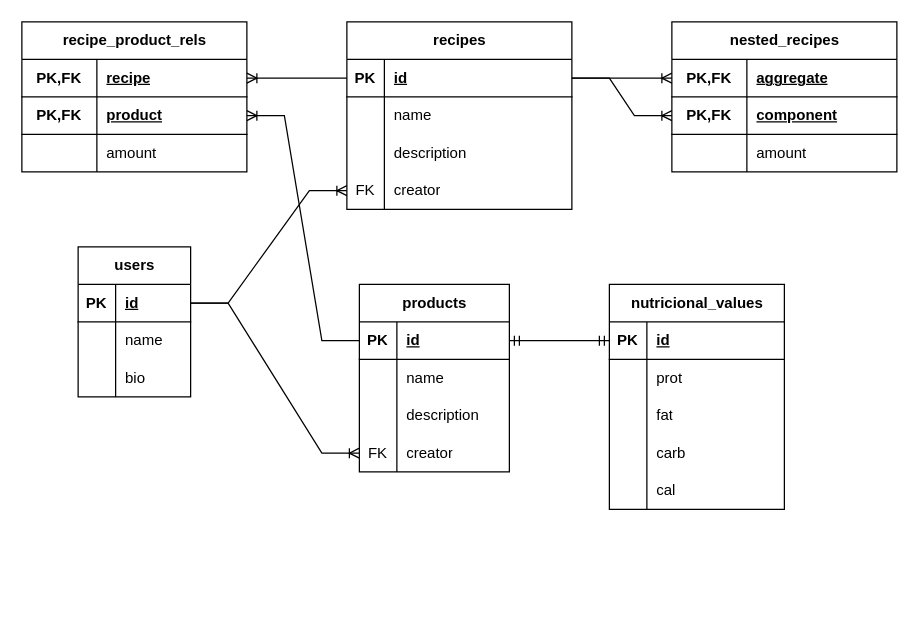
Above: charts/foody-db-chart.drawio in Alexcoratt/foody (draw.io), before the change. Source tidied: cells renumbered, new cells numbered last; positions are measured from the earlier drawing's top-left corner, leaving out a move shared by most shapes. Both pictures are drawn from the tidied source at 125%, with x=0, y=0 at pixel (21, 21).
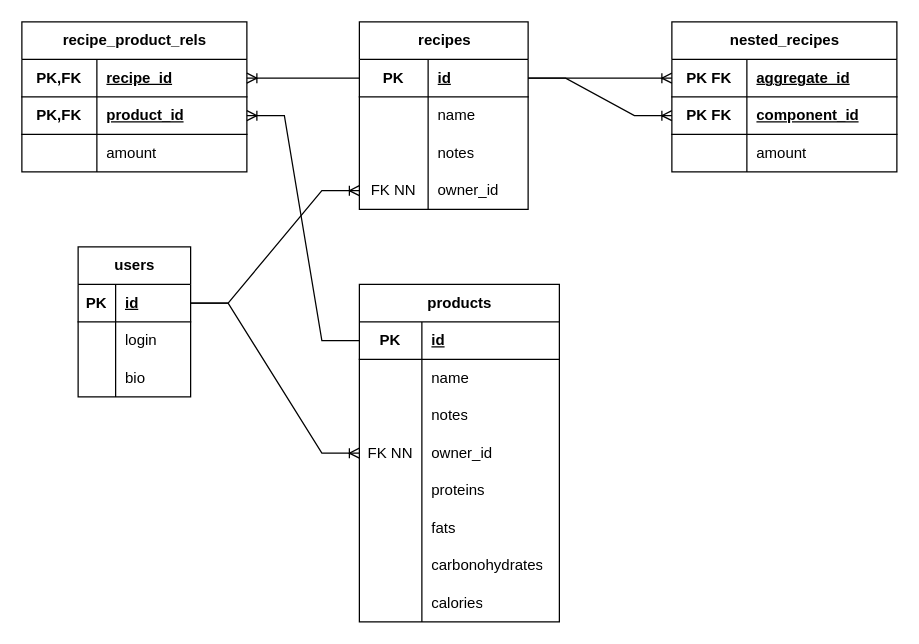
Above is the later version.

Unchanged cells that the change refers to:
```xml
<mxCell id="36" style="shape=tableRow;horizontal=0;startSize=0;swimlaneHead=0;swimlaneBody=0;fillColor=none;top=0;left=0;right=0;bottom=0;" parent="32" vertex="1">
  <mxGeometry y="60" width="90" height="30" as="geometry" />
</mxCell>
<mxCell id="57" style="shape=tableRow;horizontal=0;startSize=0;swimlaneHead=0;swimlaneBody=0;fillColor=none;points=[[0,0.5],[1,0.5]];portConstraint=eastwest;top=0;left=0;right=0;bottom=1;" parent="56" vertex="1">
  <mxGeometry y="30" width="180" height="30" as="geometry" />
</mxCell>
<mxCell id="60" style="shape=tableRow;horizontal=0;startSize=0;swimlaneHead=0;swimlaneBody=0;fillColor=none;points=[[0,0.5],[1,0.5]];portConstraint=eastwest;top=0;left=0;right=0;bottom=1;" parent="56" vertex="1">
  <mxGeometry y="60" width="180" height="30" as="geometry" />
</mxCell>
<mxCell id="69" style="shape=tableRow;horizontal=0;startSize=0;swimlaneHead=0;swimlaneBody=0;fillColor=none;points=[[0,0.5],[1,0.5]];portConstraint=eastwest;top=0;left=0;right=0;bottom=1;" parent="68" vertex="1">
  <mxGeometry y="30" width="180" height="30" as="geometry" />
</mxCell>
<mxCell id="72" style="shape=tableRow;horizontal=0;startSize=0;swimlaneHead=0;swimlaneBody=0;fillColor=none;points=[[0,0.5],[1,0.5]];portConstraint=eastwest;top=0;left=0;right=0;bottom=1;" parent="68" vertex="1">
  <mxGeometry y="60" width="180" height="30" as="geometry" />
</mxCell>
```

The edit, as a diff of the source:
```diff
@@
     <mxCell id="2" value="products" style="shape=table;startSize=30;childLayout=tableLayout;rowLines=0;fontStyle=1;align=center;html=1;" parent="1" vertex="1">
-      <mxGeometry x="270" y="210" width="120" height="150" as="geometry" />
+      <mxGeometry x="270" y="210" width="160" height="270" as="geometry" />
     </mxCell>
     <mxCell id="3" style="shape=tableRow;horizontal=0;startSize=0;swimlaneHead=0;swimlaneBody=0;fillColor=none;points=[[0,0.5],[1,0.5]];portConstraint=eastwest;top=0;left=0;right=0;bottom=1;" parent="2" vertex="1">
-      <mxGeometry y="30" width="120" height="30" as="geometry" />
+      <mxGeometry y="30" width="160" height="30" as="geometry" />
     </mxCell>
     <mxCell id="4" value="PK" style="shape=partialRectangle;fillColor=none;top=0;left=0;bottom=0;right=0;fontStyle=1;overflow=hidden;whiteSpace=wrap;html=1;" parent="3" vertex="1">
-      <mxGeometry width="30" height="30" as="geometry" />
+      <mxGeometry width="50" height="30" as="geometry" />
     </mxCell>
     <mxCell id="5" value="id" style="shape=partialRectangle;fillColor=none;top=0;left=0;bottom=0;right=0;align=left;spacingLeft=6;fontStyle=5;overflow=hidden;whiteSpace=wrap;html=1;" parent="3" vertex="1">
-      <mxGeometry x="30" width="90" height="30" as="geometry" />
+      <mxGeometry x="50" width="110" height="30" as="geometry" />
     </mxCell>
     <mxCell id="6" style="shape=tableRow;horizontal=0;startSize=0;swimlaneHead=0;swimlaneBody=0;fillColor=none;top=0;left=0;right=0;bottom=0;" parent="2" vertex="1">
-      <mxGeometry y="60" width="120" height="30" as="geometry" />
+      <mxGeometry y="60" width="160" height="30" as="geometry" />
     </mxCell>
     <mxCell id="7" style="shape=partialRectangle;fillColor=none;top=0;left=0;bottom=0;right=0;overflow=hidden;whiteSpace=wrap;html=1;" parent="6" vertex="1">
-      <mxGeometry width="30" height="30" as="geometry" />
+      <mxGeometry width="50" height="30" as="geometry" />
     </mxCell>
     <mxCell id="8" value="name" style="shape=partialRectangle;fillColor=none;top=0;left=0;bottom=0;right=0;align=left;spacingLeft=6;overflow=hidden;whiteSpace=wrap;html=1;" parent="6" vertex="1">
-      <mxGeometry x="30" width="90" height="30" as="geometry" />
+      <mxGeometry x="50" width="110" height="30" as="geometry" />
     </mxCell>
     <mxCell id="9" style="shape=tableRow;horizontal=0;startSize=0;swimlaneHead=0;swimlaneBody=0;fillColor=none;top=0;left=0;right=0;bottom=0;" parent="2" vertex="1">
-      <mxGeometry y="90" width="120" height="30" as="geometry" />
+      <mxGeometry y="90" width="160" height="30" as="geometry" />
     </mxCell>
     <mxCell id="10" style="shape=partialRectangle;fillColor=none;top=0;left=0;bottom=0;right=0;overflow=hidden;whiteSpace=wrap;html=1;" parent="9" vertex="1">
-      <mxGeometry width="30" height="30" as="geometry" />
+      <mxGeometry width="50" height="30" as="geometry" />
     </mxCell>
-    <mxCell id="11" value="description" style="shape=partialRectangle;fillColor=none;top=0;left=0;bottom=0;right=0;align=left;spacingLeft=6;overflow=hidden;whiteSpace=wrap;html=1;" parent="9" vertex="1">
-      <mxGeometry x="30" width="90" height="30" as="geometry" />
+    <mxCell id="11" value="notes" style="shape=partialRectangle;fillColor=none;top=0;left=0;bottom=0;right=0;align=left;spacingLeft=6;overflow=hidden;whiteSpace=wrap;html=1;" parent="9" vertex="1">
+      <mxGeometry x="50" width="110" height="30" as="geometry" />
     </mxCell>
     <mxCell id="12" style="shape=tableRow;horizontal=0;startSize=0;swimlaneHead=0;swimlaneBody=0;fillColor=none;points=[[0,0.5],[1,0.5]];portConstraint=eastwest;top=0;left=0;right=0;bottom=0;" parent="2" vertex="1">
-      <mxGeometry y="120" width="120" height="30" as="geometry" />
+      <mxGeometry y="120" width="160" height="30" as="geometry" />
     </mxCell>
-    <mxCell id="13" value="FK" style="shape=partialRectangle;fillColor=none;top=0;left=0;bottom=0;right=0;overflow=hidden;whiteSpace=wrap;html=1;" parent="12" vertex="1">
-      <mxGeometry width="30" height="30" as="geometry" />
+    <mxCell id="13" value="FK NN" style="shape=partialRectangle;fillColor=none;top=0;left=0;bottom=0;right=0;overflow=hidden;whiteSpace=wrap;html=1;" parent="12" vertex="1">
+      <mxGeometry width="50" height="30" as="geometry" />
     </mxCell>
-    <mxCell id="14" value="creator" style="shape=partialRectangle;fillColor=none;top=0;left=0;bottom=0;right=0;align=left;spacingLeft=6;overflow=hidden;whiteSpace=wrap;html=1;" parent="12" vertex="1">
-      <mxGeometry x="30" width="90" height="30" as="geometry" />
+    <mxCell id="14" value="owner_id" style="shape=partialRectangle;fillColor=none;top=0;left=0;bottom=0;right=0;align=left;spacingLeft=6;overflow=hidden;whiteSpace=wrap;html=1;" parent="12" vertex="1">
+      <mxGeometry x="50" width="110" height="30" as="geometry" />
     </mxCell>
-    <mxCell id="15" value="nutricional_values" style="shape=table;startSize=30;childLayout=tableLayout;rowLines=0;fontStyle=1;align=center;html=1;" parent="1" vertex="1">
-      <mxGeometry x="470" y="210" width="140" height="180" as="geometry" />
-    </mxCell>
-    <mxCell id="16" style="shape=tableRow;horizontal=0;startSize=0;swimlaneHead=0;swimlaneBody=0;fillColor=none;points=[[0,0.5],[1,0.5]];portConstraint=eastwest;top=0;left=0;right=0;bottom=1;" parent="15" vertex="1">
-      <mxGeometry y="30" width="140" height="30" as="geometry" />
-    </mxCell>
-    <mxCell id="17" value="PK" style="shape=partialRectangle;fillColor=none;top=0;left=0;bottom=0;right=0;fontStyle=1;overflow=hidden;whiteSpace=wrap;html=1;" parent="16" vertex="1">
-      <mxGeometry width="30" height="30" as="geometry" />
-    </mxCell>
-    <mxCell id="18" value="id" style="shape=partialRectangle;fillColor=none;top=0;left=0;bottom=0;right=0;align=left;spacingLeft=6;fontStyle=5;overflow=hidden;whiteSpace=wrap;html=1;" parent="16" vertex="1">
-      <mxGeometry x="30" width="110" height="30" as="geometry" />
-    </mxCell>
-    <mxCell id="19" style="shape=tableRow;horizontal=0;startSize=0;swimlaneHead=0;swimlaneBody=0;fillColor=none;top=0;left=0;right=0;bottom=0;" parent="15" vertex="1">
-      <mxGeometry y="60" width="140" height="30" as="geometry" />
-    </mxCell>
-    <mxCell id="20" style="shape=partialRectangle;fillColor=none;top=0;left=0;bottom=0;right=0;overflow=hidden;whiteSpace=wrap;html=1;" parent="19" vertex="1">
-      <mxGeometry width="30" height="30" as="geometry" />
-    </mxCell>
-    <mxCell id="21" value="prot" style="shape=partialRectangle;fillColor=none;top=0;left=0;bottom=0;right=0;align=left;spacingLeft=6;overflow=hidden;whiteSpace=wrap;html=1;" parent="19" vertex="1">
-      <mxGeometry x="30" width="110" height="30" as="geometry" />
-    </mxCell>
-    <mxCell id="22" style="shape=tableRow;horizontal=0;startSize=0;swimlaneHead=0;swimlaneBody=0;fillColor=none;top=0;left=0;right=0;bottom=0;" parent="15" vertex="1">
-      <mxGeometry y="90" width="140" height="30" as="geometry" />
-    </mxCell>
-    <mxCell id="23" style="shape=partialRectangle;fillColor=none;top=0;left=0;bottom=0;right=0;overflow=hidden;whiteSpace=wrap;html=1;" parent="22" vertex="1">
-      <mxGeometry width="30" height="30" as="geometry" />
-    </mxCell>
-    <mxCell id="24" value="fat" style="shape=partialRectangle;fillColor=none;top=0;left=0;bottom=0;right=0;align=left;spacingLeft=6;overflow=hidden;whiteSpace=wrap;html=1;" parent="22" vertex="1">
-      <mxGeometry x="30" width="110" height="30" as="geometry" />
-    </mxCell>
-    <mxCell id="25" style="shape=tableRow;horizontal=0;startSize=0;swimlaneHead=0;swimlaneBody=0;fillColor=none;top=0;left=0;right=0;bottom=0;" parent="15" vertex="1">
-      <mxGeometry y="120" width="140" height="30" as="geometry" />
-    </mxCell>
-    <mxCell id="26" style="shape=partialRectangle;fillColor=none;top=0;left=0;bottom=0;right=0;overflow=hidden;whiteSpace=wrap;html=1;" parent="25" vertex="1">
-      <mxGeometry width="30" height="30" as="geometry" />
-    </mxCell>
-    <mxCell id="27" value="carb" style="shape=partialRectangle;fillColor=none;top=0;left=0;bottom=0;right=0;align=left;spacingLeft=6;overflow=hidden;whiteSpace=wrap;html=1;" parent="25" vertex="1">
-      <mxGeometry x="30" width="110" height="30" as="geometry" />
-    </mxCell>
-    <mxCell id="28" style="shape=tableRow;horizontal=0;startSize=0;swimlaneHead=0;swimlaneBody=0;fillColor=none;top=0;left=0;right=0;bottom=0;" parent="15" vertex="1">
-      <mxGeometry y="150" width="140" height="30" as="geometry" />
-    </mxCell>
-    <mxCell id="29" style="shape=partialRectangle;fillColor=none;top=0;left=0;bottom=0;right=0;overflow=hidden;whiteSpace=wrap;html=1;" parent="28" vertex="1">
-      <mxGeometry width="30" height="30" as="geometry" />
-    </mxCell>
-    <mxCell id="30" value="cal" style="shape=partialRectangle;fillColor=none;top=0;left=0;bottom=0;right=0;align=left;spacingLeft=6;overflow=hidden;whiteSpace=wrap;html=1;" parent="28" vertex="1">
-      <mxGeometry x="30" width="110" height="30" as="geometry" />
-    </mxCell>
-    <mxCell id="31" style="edgeStyle=entityRelationEdgeStyle;fontSize=12;html=1;endArrow=ERmandOne;startArrow=ERmandOne;rounded=0;" parent="1" edge="1" source="3" target="16">
-      <mxGeometry relative="1" as="geometry" />
-    </mxCell>
+    <mxCell id="81" style="shape=tableRow;horizontal=0;startSize=0;swimlaneHead=0;swimlaneBody=0;fillColor=none;top=0;left=0;right=0;bottom=0;" parent="2" vertex="1">
+      <mxGeometry y="150" width="160" height="30" as="geometry" />
+    </mxCell>
+    <mxCell id="82" style="shape=partialRectangle;fillColor=none;top=0;left=0;bottom=0;right=0;overflow=hidden;whiteSpace=wrap;html=1;" parent="81" vertex="1">
+      <mxGeometry width="50" height="30" as="geometry" />
+    </mxCell>
+    <mxCell id="83" value="proteins" style="shape=partialRectangle;fillColor=none;top=0;left=0;bottom=0;right=0;align=left;spacingLeft=6;overflow=hidden;whiteSpace=wrap;html=1;" parent="81" vertex="1">
+      <mxGeometry x="50" width="110" height="30" as="geometry" />
+    </mxCell>
+    <mxCell id="84" style="shape=tableRow;horizontal=0;startSize=0;swimlaneHead=0;swimlaneBody=0;fillColor=none;top=0;left=0;right=0;bottom=0;" parent="2" vertex="1">
+      <mxGeometry y="180" width="160" height="30" as="geometry" />
+    </mxCell>
+    <mxCell id="85" style="shape=partialRectangle;fillColor=none;top=0;left=0;bottom=0;right=0;overflow=hidden;whiteSpace=wrap;html=1;" parent="84" vertex="1">
+      <mxGeometry width="50" height="30" as="geometry" />
+    </mxCell>
+    <mxCell id="86" value="fats" style="shape=partialRectangle;fillColor=none;top=0;left=0;bottom=0;right=0;align=left;spacingLeft=6;overflow=hidden;whiteSpace=wrap;html=1;" parent="84" vertex="1">
+      <mxGeometry x="50" width="110" height="30" as="geometry" />
+    </mxCell>
+    <mxCell id="87" style="shape=tableRow;horizontal=0;startSize=0;swimlaneHead=0;swimlaneBody=0;fillColor=none;top=0;left=0;right=0;bottom=0;" parent="2" vertex="1">
+      <mxGeometry y="210" width="160" height="30" as="geometry" />
+    </mxCell>
+    <mxCell id="88" style="shape=partialRectangle;fillColor=none;top=0;left=0;bottom=0;right=0;overflow=hidden;whiteSpace=wrap;html=1;" parent="87" vertex="1">
+      <mxGeometry width="50" height="30" as="geometry" />
+    </mxCell>
+    <mxCell id="89" value="carbonohydrates" style="shape=partialRectangle;fillColor=none;top=0;left=0;bottom=0;right=0;align=left;spacingLeft=6;overflow=hidden;whiteSpace=wrap;html=1;" parent="87" vertex="1">
+      <mxGeometry x="50" width="110" height="30" as="geometry" />
+    </mxCell>
+    <mxCell id="90" style="shape=tableRow;horizontal=0;startSize=0;swimlaneHead=0;swimlaneBody=0;fillColor=none;top=0;left=0;right=0;bottom=0;" parent="2" vertex="1">
+      <mxGeometry y="240" width="160" height="30" as="geometry" />
+    </mxCell>
+    <mxCell id="91" style="shape=partialRectangle;fillColor=none;top=0;left=0;bottom=0;right=0;overflow=hidden;whiteSpace=wrap;html=1;" parent="90" vertex="1">
+      <mxGeometry width="50" height="30" as="geometry" />
+    </mxCell>
+    <mxCell id="92" value="calories" style="shape=partialRectangle;fillColor=none;top=0;left=0;bottom=0;right=0;align=left;spacingLeft=6;overflow=hidden;whiteSpace=wrap;html=1;" parent="90" vertex="1">
+      <mxGeometry x="50" width="110" height="30" as="geometry" />
+    </mxCell>
@@
-    <mxCell id="38" value="name" style="shape=partialRectangle;fillColor=none;top=0;left=0;bottom=0;right=0;align=left;spacingLeft=6;overflow=hidden;whiteSpace=wrap;html=1;" parent="36" vertex="1">
+    <mxCell id="38" value="login" style="shape=partialRectangle;fillColor=none;top=0;left=0;bottom=0;right=0;align=left;spacingLeft=6;overflow=hidden;whiteSpace=wrap;html=1;" parent="36" vertex="1">
       <mxGeometry x="30" width="60" height="30" as="geometry" />
     </mxCell>
@@
     <mxCell id="43" value="recipes" style="shape=table;startSize=30;childLayout=tableLayout;rowLines=0;fontStyle=1;align=center;html=1;" parent="1" vertex="1">
-      <mxGeometry x="260" width="180" height="150" as="geometry" />
+      <mxGeometry x="270" width="135" height="150" as="geometry" />
     </mxCell>
     <mxCell id="44" style="shape=tableRow;horizontal=0;startSize=0;swimlaneHead=0;swimlaneBody=0;fillColor=none;points=[[0,0.5],[1,0.5]];portConstraint=eastwest;top=0;left=0;right=0;bottom=1;" parent="43" vertex="1">
-      <mxGeometry y="30" width="180" height="30" as="geometry" />
+      <mxGeometry y="30" width="135" height="30" as="geometry" />
     </mxCell>
     <mxCell id="45" value="PK" style="shape=partialRectangle;fillColor=none;top=0;left=0;bottom=0;right=0;fontStyle=1;overflow=hidden;whiteSpace=wrap;html=1;" parent="44" vertex="1">
-      <mxGeometry width="30" height="30" as="geometry" />
+      <mxGeometry width="55" height="30" as="geometry" />
     </mxCell>
     <mxCell id="46" value="id" style="shape=partialRectangle;fillColor=none;top=0;left=0;bottom=0;right=0;align=left;spacingLeft=6;fontStyle=5;overflow=hidden;whiteSpace=wrap;html=1;" parent="44" vertex="1">
-      <mxGeometry x="30" width="150" height="30" as="geometry" />
+      <mxGeometry x="55" width="80" height="30" as="geometry" />
     </mxCell>
     <mxCell id="47" style="shape=tableRow;horizontal=0;startSize=0;swimlaneHead=0;swimlaneBody=0;fillColor=none;top=0;left=0;right=0;bottom=0;" parent="43" vertex="1">
-      <mxGeometry y="60" width="180" height="30" as="geometry" />
+      <mxGeometry y="60" width="135" height="30" as="geometry" />
     </mxCell>
     <mxCell id="48" style="shape=partialRectangle;fillColor=none;top=0;left=0;bottom=0;right=0;overflow=hidden;whiteSpace=wrap;html=1;" parent="47" vertex="1">
-      <mxGeometry width="30" height="30" as="geometry" />
+      <mxGeometry width="55" height="30" as="geometry" />
     </mxCell>
     <mxCell id="49" value="name" style="shape=partialRectangle;fillColor=none;top=0;left=0;bottom=0;right=0;align=left;spacingLeft=6;overflow=hidden;whiteSpace=wrap;html=1;" parent="47" vertex="1">
-      <mxGeometry x="30" width="150" height="30" as="geometry" />
+      <mxGeometry x="55" width="80" height="30" as="geometry" />
     </mxCell>
     <mxCell id="50" style="shape=tableRow;horizontal=0;startSize=0;swimlaneHead=0;swimlaneBody=0;fillColor=none;top=0;left=0;right=0;bottom=0;" parent="43" vertex="1">
-      <mxGeometry y="90" width="180" height="30" as="geometry" />
+      <mxGeometry y="90" width="135" height="30" as="geometry" />
     </mxCell>
     <mxCell id="51" style="shape=partialRectangle;fillColor=none;top=0;left=0;bottom=0;right=0;overflow=hidden;whiteSpace=wrap;html=1;" parent="50" vertex="1">
-      <mxGeometry width="30" height="30" as="geometry" />
+      <mxGeometry width="55" height="30" as="geometry" />
     </mxCell>
-    <mxCell id="52" value="description" style="shape=partialRectangle;fillColor=none;top=0;left=0;bottom=0;right=0;align=left;spacingLeft=6;overflow=hidden;whiteSpace=wrap;html=1;" parent="50" vertex="1">
-      <mxGeometry x="30" width="150" height="30" as="geometry" />
+    <mxCell id="52" value="notes" style="shape=partialRectangle;fillColor=none;top=0;left=0;bottom=0;right=0;align=left;spacingLeft=6;overflow=hidden;whiteSpace=wrap;html=1;" parent="50" vertex="1">
+      <mxGeometry x="55" width="80" height="30" as="geometry" />
     </mxCell>
     <mxCell id="53" style="shape=tableRow;horizontal=0;startSize=0;swimlaneHead=0;swimlaneBody=0;fillColor=none;points=[[0,0.5],[1,0.5]];portConstraint=eastwest;top=0;left=0;right=0;bottom=0;" parent="43" vertex="1">
-      <mxGeometry y="120" width="180" height="30" as="geometry" />
+      <mxGeometry y="120" width="135" height="30" as="geometry" />
     </mxCell>
-    <mxCell id="54" value="FK" style="shape=partialRectangle;fillColor=none;top=0;left=0;bottom=0;right=0;overflow=hidden;whiteSpace=wrap;html=1;" parent="53" vertex="1">
-      <mxGeometry width="30" height="30" as="geometry" />
+    <mxCell id="54" value="FK NN" style="shape=partialRectangle;fillColor=none;top=0;left=0;bottom=0;right=0;overflow=hidden;whiteSpace=wrap;html=1;" parent="53" vertex="1">
+      <mxGeometry width="55" height="30" as="geometry" />
     </mxCell>
-    <mxCell id="55" value="creator" style="shape=partialRectangle;fillColor=none;top=0;left=0;bottom=0;right=0;align=left;spacingLeft=6;overflow=hidden;whiteSpace=wrap;html=1;" parent="53" vertex="1">
-      <mxGeometry x="30" width="150" height="30" as="geometry" />
+    <mxCell id="55" value="owner_id" style="shape=partialRectangle;fillColor=none;top=0;left=0;bottom=0;right=0;align=left;spacingLeft=6;overflow=hidden;whiteSpace=wrap;html=1;" parent="53" vertex="1">
+      <mxGeometry x="55" width="80" height="30" as="geometry" />
     </mxCell>
@@
-    <mxCell id="59" value="recipe" style="shape=partialRectangle;fillColor=none;top=0;left=0;bottom=0;right=0;align=left;spacingLeft=6;fontStyle=5;overflow=hidden;whiteSpace=wrap;html=1;" parent="57" vertex="1">
+    <mxCell id="59" value="recipe_id" style="shape=partialRectangle;fillColor=none;top=0;left=0;bottom=0;right=0;align=left;spacingLeft=6;fontStyle=5;overflow=hidden;whiteSpace=wrap;html=1;" parent="57" vertex="1">
       <mxGeometry x="60" width="120" height="30" as="geometry" />
     </mxCell>
@@
-    <mxCell id="62" value="product" style="shape=partialRectangle;fillColor=none;top=0;left=0;bottom=0;right=0;align=left;spacingLeft=6;fontStyle=5;overflow=hidden;whiteSpace=wrap;html=1;" parent="60" vertex="1">
+    <mxCell id="62" value="product_id" style="shape=partialRectangle;fillColor=none;top=0;left=0;bottom=0;right=0;align=left;spacingLeft=6;fontStyle=5;overflow=hidden;whiteSpace=wrap;html=1;" parent="60" vertex="1">
       <mxGeometry x="60" width="120" height="30" as="geometry" />
     </mxCell>
@@
-    <mxCell id="70" value="PK,FK" style="shape=partialRectangle;fillColor=none;top=0;left=0;bottom=0;right=0;fontStyle=1;overflow=hidden;whiteSpace=wrap;html=1;" parent="69" vertex="1">
+    <mxCell id="70" value="PK FK" style="shape=partialRectangle;fillColor=none;top=0;left=0;bottom=0;right=0;fontStyle=1;overflow=hidden;whiteSpace=wrap;html=1;" parent="69" vertex="1">
       <mxGeometry width="60" height="30" as="geometry" />
     </mxCell>
-    <mxCell id="71" value="aggregate" style="shape=partialRectangle;fillColor=none;top=0;left=0;bottom=0;right=0;align=left;spacingLeft=6;fontStyle=5;overflow=hidden;whiteSpace=wrap;html=1;" parent="69" vertex="1">
+    <mxCell id="71" value="aggregate_id" style="shape=partialRectangle;fillColor=none;top=0;left=0;bottom=0;right=0;align=left;spacingLeft=6;fontStyle=5;overflow=hidden;whiteSpace=wrap;html=1;" parent="69" vertex="1">
       <mxGeometry x="60" width="120" height="30" as="geometry" />
     </mxCell>
@@
-    <mxCell id="73" value="PK,FK" style="shape=partialRectangle;fillColor=none;top=0;left=0;bottom=0;right=0;fontStyle=1;overflow=hidden;whiteSpace=wrap;html=1;" parent="72" vertex="1">
+    <mxCell id="73" value="PK FK" style="shape=partialRectangle;fillColor=none;top=0;left=0;bottom=0;right=0;fontStyle=1;overflow=hidden;whiteSpace=wrap;html=1;" parent="72" vertex="1">
       <mxGeometry width="60" height="30" as="geometry" />
     </mxCell>
-    <mxCell id="74" value="component" style="shape=partialRectangle;fillColor=none;top=0;left=0;bottom=0;right=0;align=left;spacingLeft=6;fontStyle=5;overflow=hidden;whiteSpace=wrap;html=1;" parent="72" vertex="1">
+    <mxCell id="74" value="component_id" style="shape=partialRectangle;fillColor=none;top=0;left=0;bottom=0;right=0;align=left;spacingLeft=6;fontStyle=5;overflow=hidden;whiteSpace=wrap;html=1;" parent="72" vertex="1">
       <mxGeometry x="60" width="120" height="30" as="geometry" />
     </mxCell>
```
